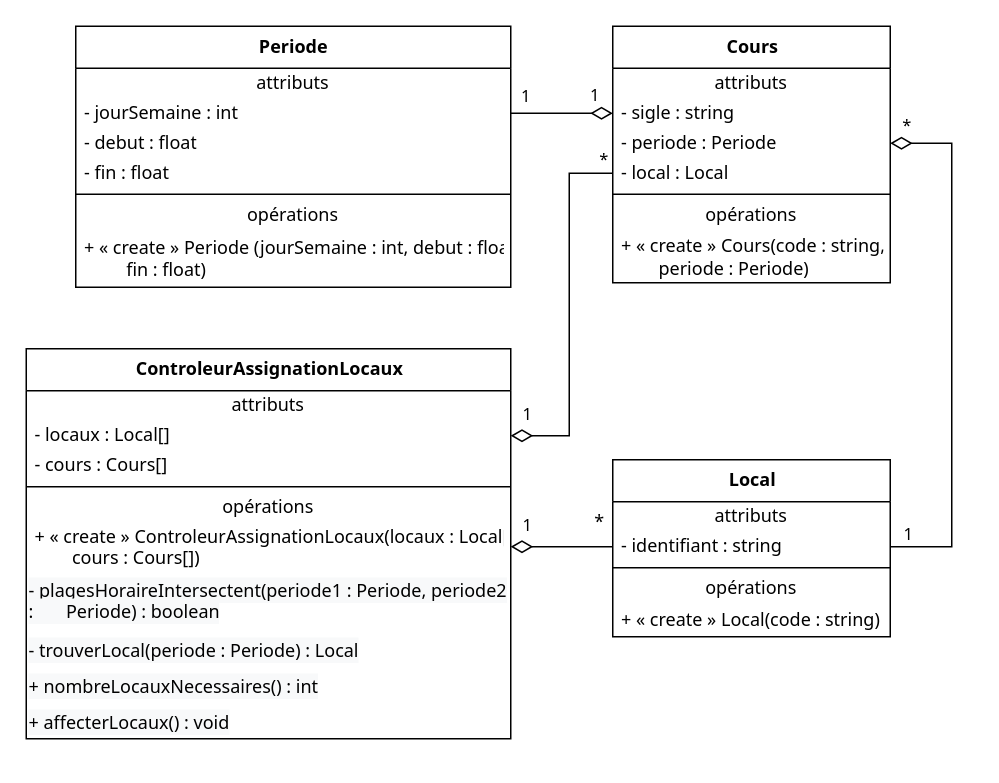
Cours-Alexandre-Ouellet/cours-alexandre-ouellet.github.io keeps this draw.io diagram as page "DCC - horaire" (2 of 2) of abstraction/images/diagrammes.drawio. Above is the earlier version. Source tidied: cells renumbered, new cells numbered last; positions are measured from the earlier drawing's top-left corner, leaving out a move shared by most shapes. Both pictures are drawn from the tidied source at 150%, with x=0, y=0 at pixel (26, 26).
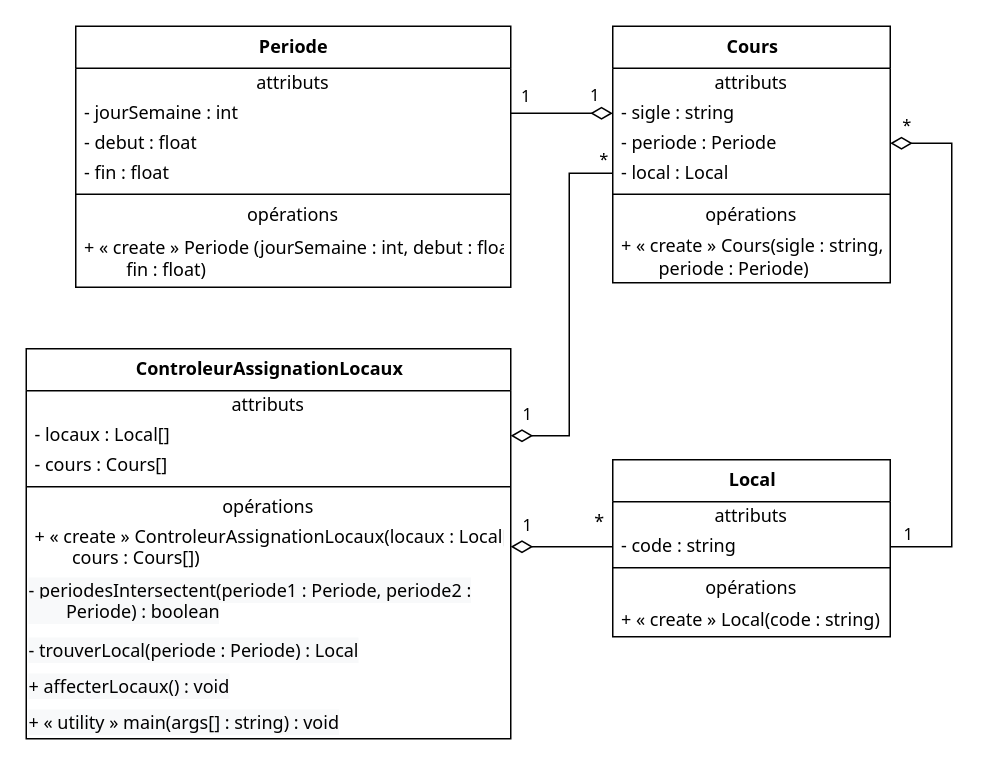
The same diagram, later.

The change refers to these unchanged cells:
```xml
<mxCell id="10" value="&lt;b&gt;Local&lt;/b&gt;" style="swimlane;fontStyle=0;align=center;verticalAlign=top;horizontal=1;startSize=28;html=1;fontFamily=Tahoma;" parent="1" vertex="1">
  <mxGeometry x="391" y="289" width="185" height="118" as="geometry" />
</mxCell>
<mxCell id="16" value="&lt;b&gt;Cours&lt;/b&gt;" style="swimlane;fontStyle=0;align=center;verticalAlign=top;horizontal=1;startSize=28;html=1;fontFamily=Tahoma;" parent="1" vertex="1">
  <mxGeometry x="391" width="185" height="171" as="geometry" />
</mxCell>
<mxCell id="24" value="&lt;b&gt;ControleurAssignationLocaux&lt;/b&gt;" style="swimlane;fontStyle=0;align=center;verticalAlign=top;horizontal=1;startSize=28;html=1;fontFamily=Tahoma;" parent="1" vertex="1">
  <mxGeometry y="215" width="323" height="260" as="geometry" />
</mxCell>
```

What changed in the source:
```diff
@@
-    <mxCell id="12" value="- identifiant : string" style="text;html=1;strokeColor=none;fillColor=none;align=left;verticalAlign=middle;spacingLeft=4;spacingRight=4;overflow=hidden;points=[[0,0.5],[1,0.5]];portConstraint=eastwest;fontFamily=Tahoma;" parent="10" vertex="1">
+    <mxCell id="12" value="- code : string" style="text;html=1;strokeColor=none;fillColor=none;align=left;verticalAlign=middle;spacingLeft=4;spacingRight=4;overflow=hidden;points=[[0,0.5],[1,0.5]];portConstraint=eastwest;fontFamily=Tahoma;" parent="10" vertex="1">
       <mxGeometry y="48" width="185" height="20" as="geometry" />
     </mxCell>
@@
-    <mxCell id="23" value="+ « create » Cours(code : string, &lt;br&gt;&lt;span style=&quot;white-space: pre&quot;&gt;&#9;&lt;/span&gt;periode : Periode)" style="text;html=1;strokeColor=none;fillColor=none;align=left;verticalAlign=middle;spacingLeft=4;spacingRight=4;overflow=hidden;fontFamily=Tahoma;" parent="16" vertex="1">
+    <mxCell id="23" value="+ « create » Cours(sigle : string, &lt;br&gt;&lt;span style=&quot;white-space: pre&quot;&gt;&#9;&lt;/span&gt;periode : Periode)" style="text;html=1;strokeColor=none;fillColor=none;align=left;verticalAlign=middle;spacingLeft=4;spacingRight=4;overflow=hidden;fontFamily=Tahoma;" parent="16" vertex="1">
       <mxGeometry y="136" width="185" height="35" as="geometry" />
     </mxCell>
@@
-    <mxCell id="31" value="&lt;span style=&quot;color: rgb(0, 0, 0); font-size: 12px; font-style: normal; font-weight: 400; letter-spacing: normal; text-align: left; text-indent: 0px; text-transform: none; word-spacing: 0px; background-color: rgb(248, 249, 250); display: inline; float: none;&quot;&gt;- plagesHoraireIntersectent(periode1 : Periode, periode2 : &lt;span style=&quot;white-space: pre&quot;&gt;&#9;&lt;/span&gt;Periode) : boolean&lt;br&gt;&lt;br&gt;&lt;/span&gt;" style="text;whiteSpace=wrap;html=1;fontFamily=Tahoma;" parent="24" vertex="1">
+    <mxCell id="31" value="&lt;span style=&quot;color: rgb(0, 0, 0); font-size: 12px; font-style: normal; font-weight: 400; letter-spacing: normal; text-align: left; text-indent: 0px; text-transform: none; word-spacing: 0px; background-color: rgb(248, 249, 250); display: inline; float: none;&quot;&gt;- periodesIntersectent(periode1 : Periode, periode2 : &lt;span style=&quot;white-space: pre&quot;&gt;&#9;&lt;/span&gt;Periode) : boolean&lt;br&gt;&lt;br&gt;&lt;/span&gt;" style="text;whiteSpace=wrap;html=1;fontFamily=Tahoma;" parent="24" vertex="1">
       <mxGeometry y="148" width="323" height="40" as="geometry" />
     </mxCell>
@@
-    <mxCell id="33" value="&lt;span style=&quot;color: rgb(0, 0, 0); font-size: 12px; font-style: normal; font-weight: 400; letter-spacing: normal; text-align: left; text-indent: 0px; text-transform: none; word-spacing: 0px; background-color: rgb(248, 249, 250); display: inline; float: none;&quot;&gt;+ nombreLocauxNecessaires() : int&lt;br&gt;&lt;br&gt;&lt;/span&gt;" style="text;whiteSpace=wrap;html=1;fontFamily=Tahoma;" parent="24" vertex="1">
-      <mxGeometry y="212" width="323" height="24" as="geometry" />
-    </mxCell>
     <mxCell id="34" value="&lt;span style=&quot;color: rgb(0, 0, 0); font-size: 12px; font-style: normal; font-weight: 400; letter-spacing: normal; text-align: left; text-indent: 0px; text-transform: none; word-spacing: 0px; background-color: rgb(248, 249, 250); display: inline; float: none;&quot;&gt;+ affecterLocaux() : void&lt;br&gt;&lt;br&gt;&lt;/span&gt;" style="text;whiteSpace=wrap;html=1;fontFamily=Tahoma;" parent="24" vertex="1">
-      <mxGeometry y="236" width="323" height="24" as="geometry" />
+      <mxGeometry y="212" width="323" height="24" as="geometry" />
     </mxCell>
+    <mxCell id="45" value="&lt;span style=&quot;color: rgb(0, 0, 0); font-size: 12px; font-style: normal; font-weight: 400; letter-spacing: normal; text-align: left; text-indent: 0px; text-transform: none; word-spacing: 0px; background-color: rgb(248, 249, 250); display: inline; float: none;&quot;&gt;+ « utility » main(args[] : string) : void&lt;/span&gt;" style="text;whiteSpace=wrap;html=1;fontFamily=Tahoma;" parent="24" vertex="1">
+      <mxGeometry y="236" width="323" height="24" as="geometry" />
+    </mxCell>
```
